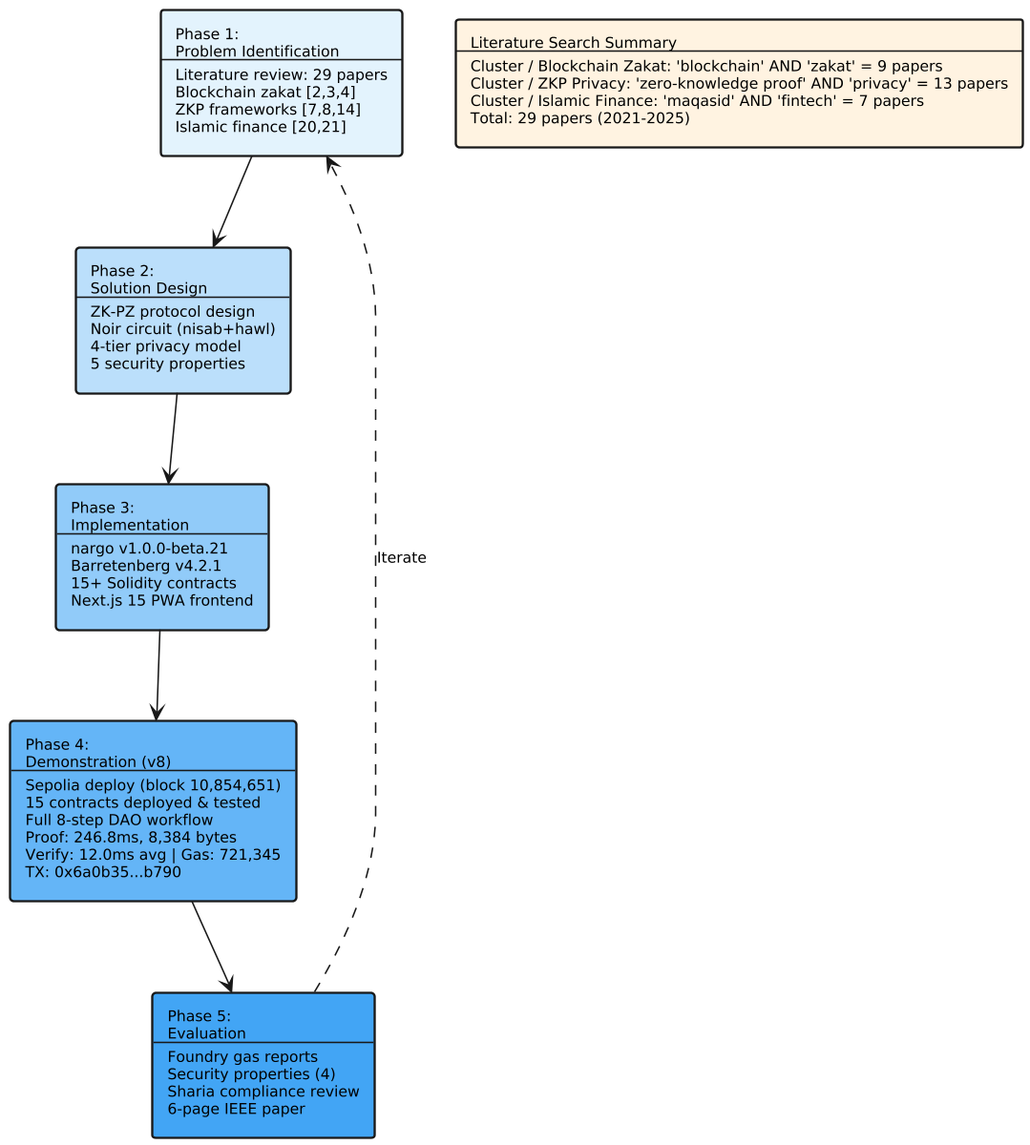
This is research_methodology.png from tawf-labs/zkt-research, a PlantUML export, as it was before one commit.
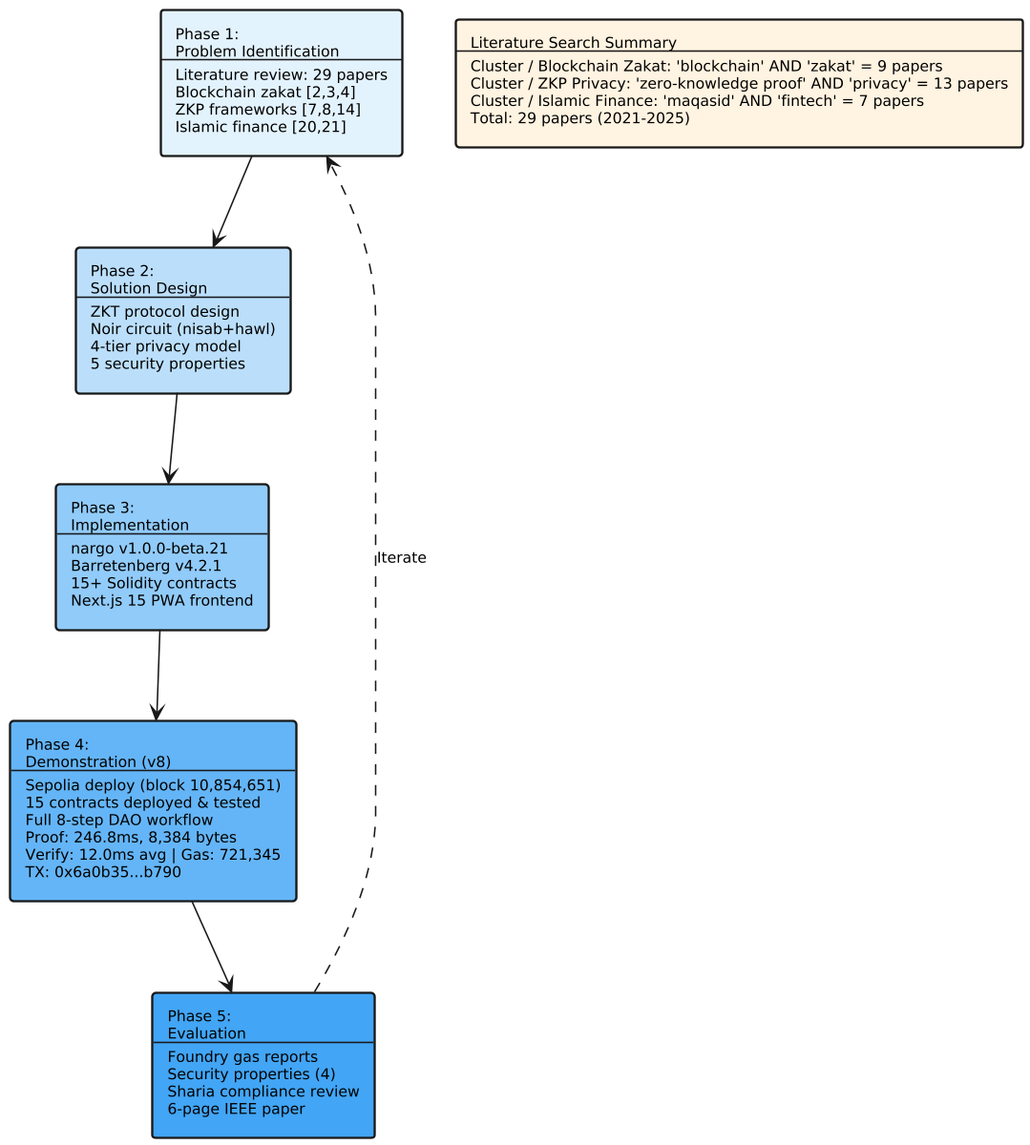
Above is the later version.

Diff of the diagram source:
```diff
@@ -8,7 +8,7 @@
 
 
 rectangle "Phase 1:\nProblem Identification\n--\nLiterature review: 29 papers\nBlockchain zakat [2,3,4]\nZKP frameworks [7,8,14]\nIslamic finance [20,21]" as P1 #E3F2FD
-rectangle "Phase 2:\nSolution Design\n--\nZK-PZ protocol design\nNoir circuit (nisab+hawl)\n4-tier privacy model\n5 security properties" as P2 #BBDEFB
+rectangle "Phase 2:\nSolution Design\n--\nZKT protocol design\nNoir circuit (nisab+hawl)\n4-tier privacy model\n5 security properties" as P2 #BBDEFB
 rectangle "Phase 3:\nImplementation\n--\nnargo v1.0.0-beta.21\nBarretenberg v4.2.1\n15+ Solidity contracts\nNext.js 15 PWA frontend" as P3 #90CAF9
 rectangle "Phase 4:\nDemonstration (v8)\n--\nSepolia deploy (block 10,854,651)\n15 contracts deployed & tested\nFull 8-step DAO workflow\nProof: 246.8ms, 8,384 bytes\nVerify: 12.0ms avg | Gas: 721,345\nTX: 0x6a0b35...b790" as P4 #64B5F6
 rectangle "Phase 5:\nEvaluation\n--\nFoundry gas reports\nSecurity properties (4)\nSharia compliance review\n6-page IEEE paper" as P5 #42A5F5
```
